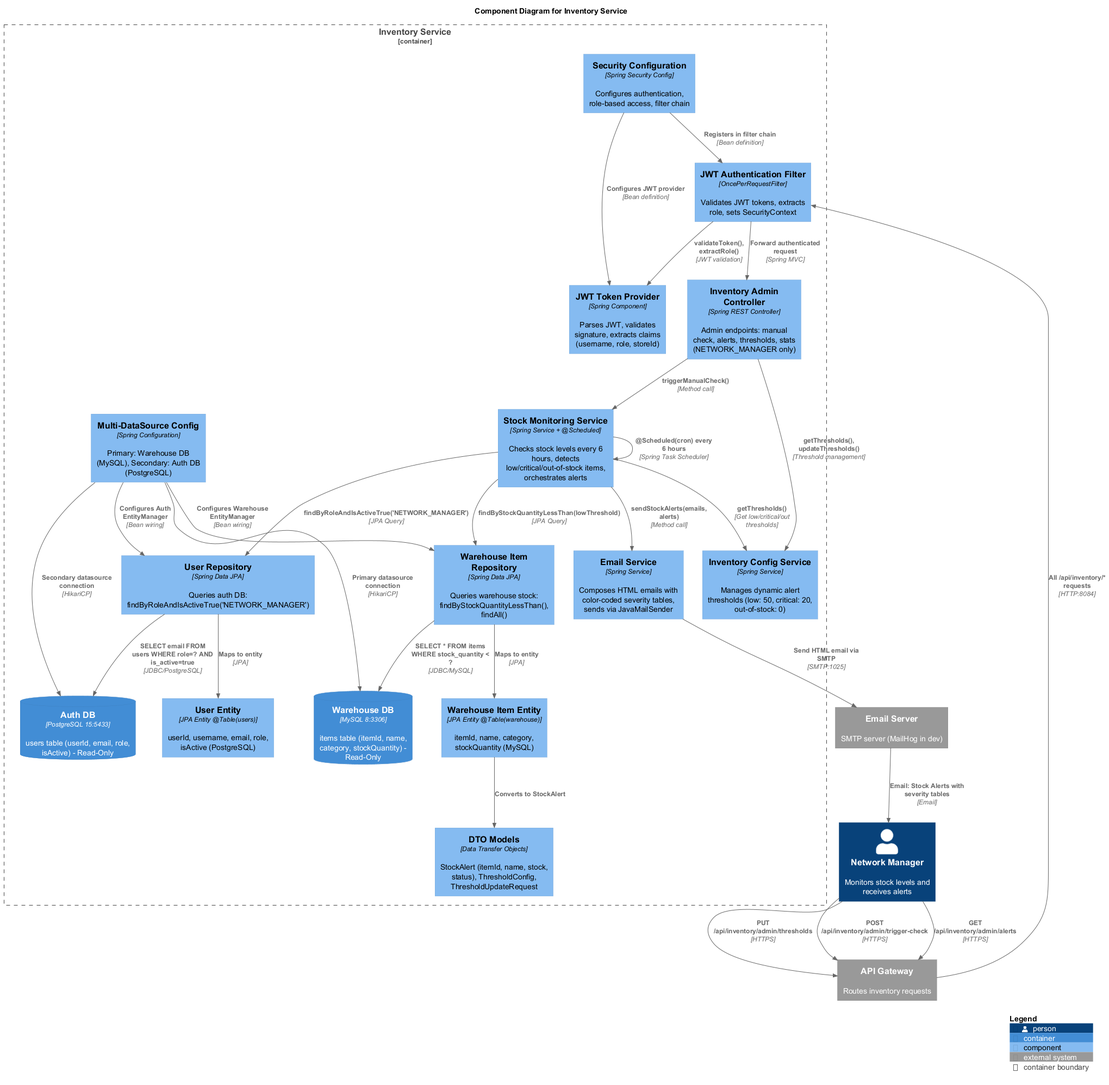
Before: Docs/inventory-service/component.png, a diagram exported from PlantUML (Alex180504/DE-store). Source of this version:
```plantuml
@startuml
!include https://raw.githubusercontent.com/plantuml-stdlib/C4-PlantUML/master/C4_Component.puml

title Component Diagram for Inventory Service

Person(netMgr, "Network Manager", "Monitors stock levels and receives alerts")

System_Ext(apiGw, "API Gateway", "Routes inventory requests")
System_Ext(mailServer, "Email Server", "SMTP server (MailHog in dev)")

Container_Boundary(inventoryService, "Inventory Service") {
    Component(controller, "Inventory Admin Controller", "Spring REST Controller", "Admin endpoints: manual check, alerts, thresholds, stats (NETWORK_MANAGER only)")

    Component(monitoringService, "Stock Monitoring Service", "Spring Service + @Scheduled", "Checks stock levels every 6 hours, detects low/critical/out-of-stock items, orchestrates alerts")
    Component(emailService, "Email Service", "Spring Service", "Composes HTML emails with color-coded severity tables, sends via JavaMailSender")
    Component(configService, "Inventory Config Service", "Spring Service", "Manages dynamic alert thresholds (low: 50, critical: 20, out-of-stock: 0)")

    Component(jwtFilter, "JWT Authentication Filter", "OncePerRequestFilter", "Validates JWT tokens, extracts role, sets SecurityContext")
    Component(jwtProvider, "JWT Token Provider", "Spring Component", "Parses JWT, validates signature, extracts claims (username, role, storeId)")
    Component(securityConfig, "Security Configuration", "Spring Security Config", "Configures authentication, role-based access, filter chain")

    Component(warehouseRepo, "Warehouse Item Repository", "Spring Data JPA", "Queries warehouse stock: findByStockQuantityLessThan(), findAll()")
    Component(warehouseEntity, "Warehouse Item Entity", "JPA Entity @Table(warehouse)", "itemId, name, category, stockQuantity (MySQL)")

    Component(userRepo, "User Repository", "Spring Data JPA", "Queries auth DB: findByRoleAndIsActiveTrue('NETWORK_MANAGER')")
    Component(userEntity, "User Entity", "JPA Entity @Table(users)", "userId, username, email, role, isActive (PostgreSQL)")

    Component(dtoModels, "DTO Models", "Data Transfer Objects", "StockAlert (itemId, name, stock, status), ThresholdConfig, ThresholdUpdateRequest")

    Component(dataSourceConfig, "Multi-DataSource Config", "Spring Configuration", "Primary: Warehouse DB (MySQL), Secondary: Auth DB (PostgreSQL)")

    ContainerDb(warehouseDB, "Warehouse DB", "MySQL 8:3306", "items table (itemId, name, category, stockQuantity) - Read-Only")
    ContainerDb(authDB, "Auth DB", "PostgreSQL 15:5433", "users table (userId, email, role, isActive) - Read-Only")
}


Rel(netMgr, apiGw, "POST /api/inventory/admin/trigger-check", "HTTPS")
Rel(netMgr, apiGw, "GET /api/inventory/admin/alerts", "HTTPS")
Rel(netMgr, apiGw, "PUT /api/inventory/admin/thresholds", "HTTPS")
Rel(apiGw, jwtFilter, "All /api/inventory/* requests", "HTTP:8084")

Rel(jwtFilter, jwtProvider, "validateToken(), extractRole()", "JWT validation")
Rel(jwtFilter, controller, "Forward authenticated request", "Spring MVC")
Rel(controller, monitoringService, "triggerManualCheck()", "Method call")

Rel(monitoringService, monitoringService, "@Scheduled(cron) every 6 hours", "Spring Task Scheduler")
Rel(monitoringService, configService, "getThresholds()", "Get low/critical/out thresholds")
Rel(monitoringService, warehouseRepo, "findByStockQuantityLessThan(lowThreshold)", "JPA Query")
Rel(warehouseRepo, warehouseDB, "SELECT * FROM items WHERE stock_quantity < ?", "JDBC/MySQL")
Rel(warehouseRepo, warehouseEntity, "Maps to entity", "JPA")
Rel(warehouseEntity, dtoModels, "Converts to StockAlert", "")
Rel(monitoringService, userRepo, "findByRoleAndIsActiveTrue('NETWORK_MANAGER')", "JPA Query")
Rel(userRepo, authDB, "SELECT email FROM users WHERE role=? AND is_active=true", "JDBC/PostgreSQL")
Rel(userRepo, userEntity, "Maps to entity", "JPA")

Rel(monitoringService, emailService, "sendStockAlerts(emails, alerts)", "Method call")
Rel(emailService, mailServer, "Send HTML email via SMTP", "SMTP:1025")
Rel(mailServer, netMgr, "Email: Stock Alerts with severity tables", "Email")

Rel(controller, configService, "getThresholds(), updateThresholds()", "Threshold management")
Rel(dataSourceConfig, warehouseRepo, "Configures Warehouse EntityManager", "Bean wiring")
Rel(dataSourceConfig, userRepo, "Configures Auth EntityManager", "Bean wiring")
Rel(dataSourceConfig, warehouseDB, "Primary datasource connection", "HikariCP")
Rel(dataSourceConfig, authDB, "Secondary datasource connection", "HikariCP")

Rel(securityConfig, jwtFilter, "Registers in filter chain", "Bean definition")
Rel(securityConfig, jwtProvider, "Configures JWT provider", "Bean definition")

SHOW_LEGEND()
@enduml
```
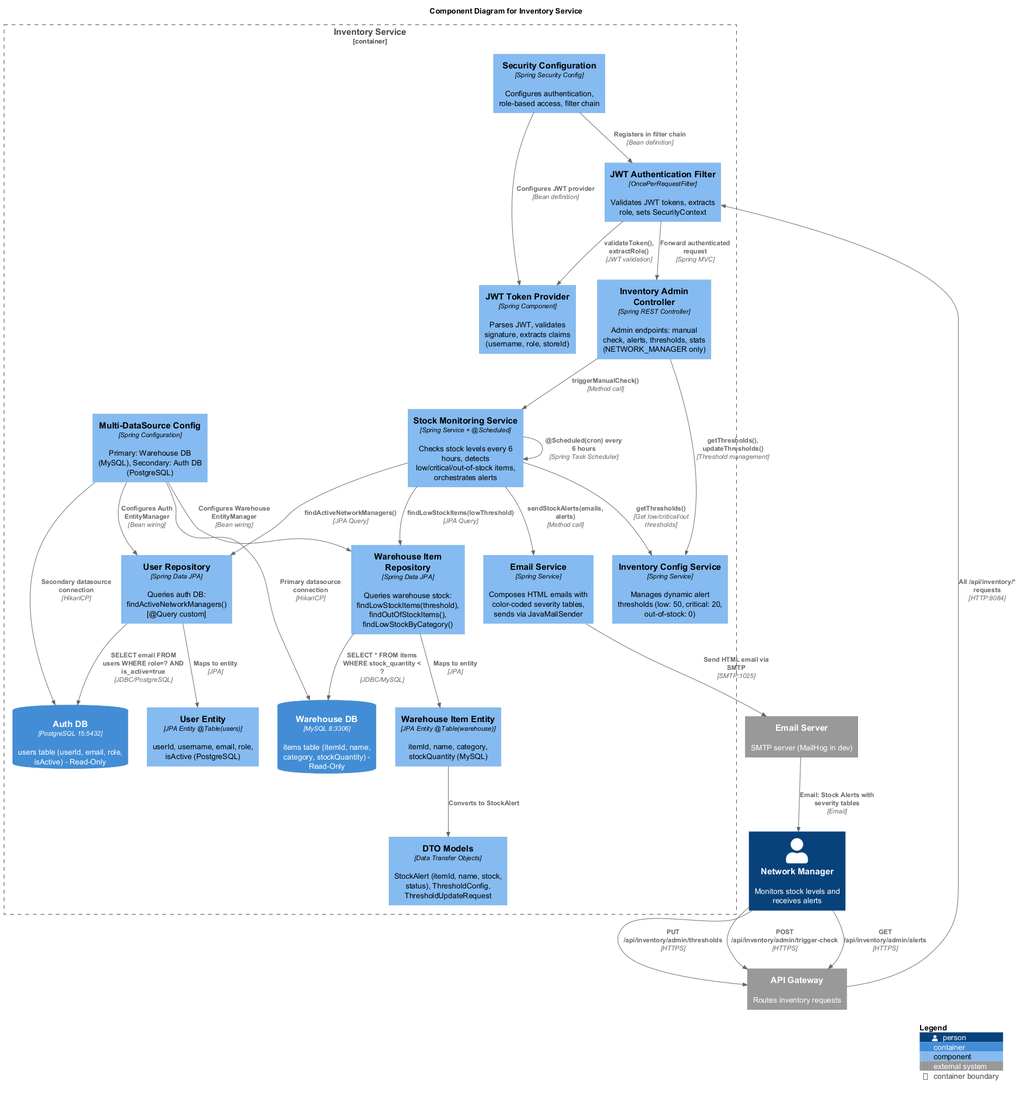
The same diagram one commit later.

Change to the diagram source:
```diff
@@ -19,10 +19,10 @@
     Component(jwtProvider, "JWT Token Provider", "Spring Component", "Parses JWT, validates signature, extracts claims (username, role, storeId)")
     Component(securityConfig, "Security Configuration", "Spring Security Config", "Configures authentication, role-based access, filter chain")
 
-    Component(warehouseRepo, "Warehouse Item Repository", "Spring Data JPA", "Queries warehouse stock: findByStockQuantityLessThan(), findAll()")
+    Component(warehouseRepo, "Warehouse Item Repository", "Spring Data JPA", "Queries warehouse stock: findLowStockItems(threshold), findOutOfStockItems(), findLowStockByCategory()")
     Component(warehouseEntity, "Warehouse Item Entity", "JPA Entity @Table(warehouse)", "itemId, name, category, stockQuantity (MySQL)")
 
-    Component(userRepo, "User Repository", "Spring Data JPA", "Queries auth DB: findByRoleAndIsActiveTrue('NETWORK_MANAGER')")
+    Component(userRepo, "User Repository", "Spring Data JPA", "Queries auth DB: findActiveNetworkManagers() [@Query custom]")
     Component(userEntity, "User Entity", "JPA Entity @Table(users)", "userId, username, email, role, isActive (PostgreSQL)")
 
     Component(dtoModels, "DTO Models", "Data Transfer Objects", "StockAlert (itemId, name, stock, status), ThresholdConfig, ThresholdUpdateRequest")
@@ -30,7 +30,7 @@
     Component(dataSourceConfig, "Multi-DataSource Config", "Spring Configuration", "Primary: Warehouse DB (MySQL), Secondary: Auth DB (PostgreSQL)")
 
     ContainerDb(warehouseDB, "Warehouse DB", "MySQL 8:3306", "items table (itemId, name, category, stockQuantity) - Read-Only")
-    ContainerDb(authDB, "Auth DB", "PostgreSQL 15:5433", "users table (userId, email, role, isActive) - Read-Only")
+    ContainerDb(authDB, "Auth DB", "PostgreSQL 15:5432", "users table (userId, email, role, isActive) - Read-Only")
 }
 
 
@@ -45,11 +45,11 @@
 
 Rel(monitoringService, monitoringService, "@Scheduled(cron) every 6 hours", "Spring Task Scheduler")
 Rel(monitoringService, configService, "getThresholds()", "Get low/critical/out thresholds")
-Rel(monitoringService, warehouseRepo, "findByStockQuantityLessThan(lowThreshold)", "JPA Query")
+Rel(monitoringService, warehouseRepo, "findLowStockItems(lowThreshold)", "JPA Query")
 Rel(warehouseRepo, warehouseDB, "SELECT * FROM items WHERE stock_quantity < ?", "JDBC/MySQL")
 Rel(warehouseRepo, warehouseEntity, "Maps to entity", "JPA")
 Rel(warehouseEntity, dtoModels, "Converts to StockAlert", "")
-Rel(monitoringService, userRepo, "findByRoleAndIsActiveTrue('NETWORK_MANAGER')", "JPA Query")
+Rel(monitoringService, userRepo, "findActiveNetworkManagers()", "JPA Query")
 Rel(userRepo, authDB, "SELECT email FROM users WHERE role=? AND is_active=true", "JDBC/PostgreSQL")
 Rel(userRepo, userEntity, "Maps to entity", "JPA")
 
```
